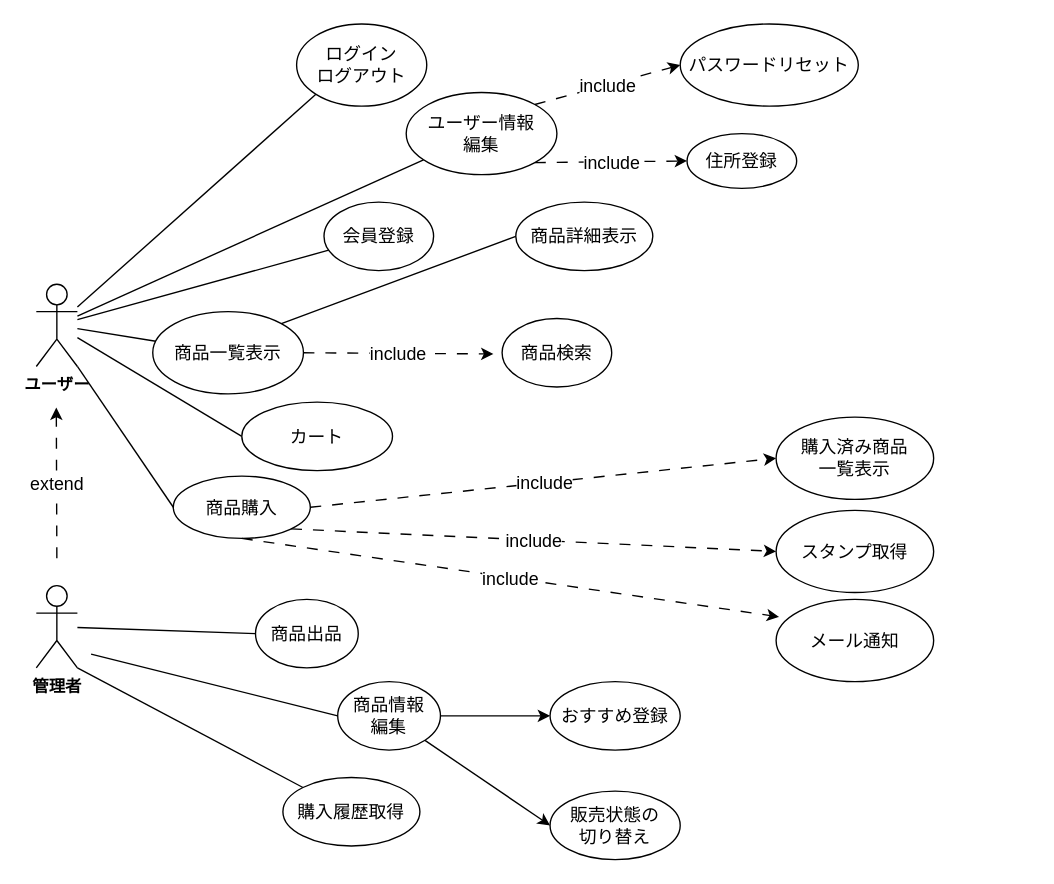
Before: src/php/public/drawing/usecase.drawio in rpentry202301/Project.Espoir, a draw.io diagram. Source tidied: cells renumbered, new cells numbered last; positions are measured from the earlier drawing's top-left corner, leaving out a move shared by most shapes. Both pictures are drawn from the tidied source at 137%, with x=0, y=0 at pixel (36, 23).
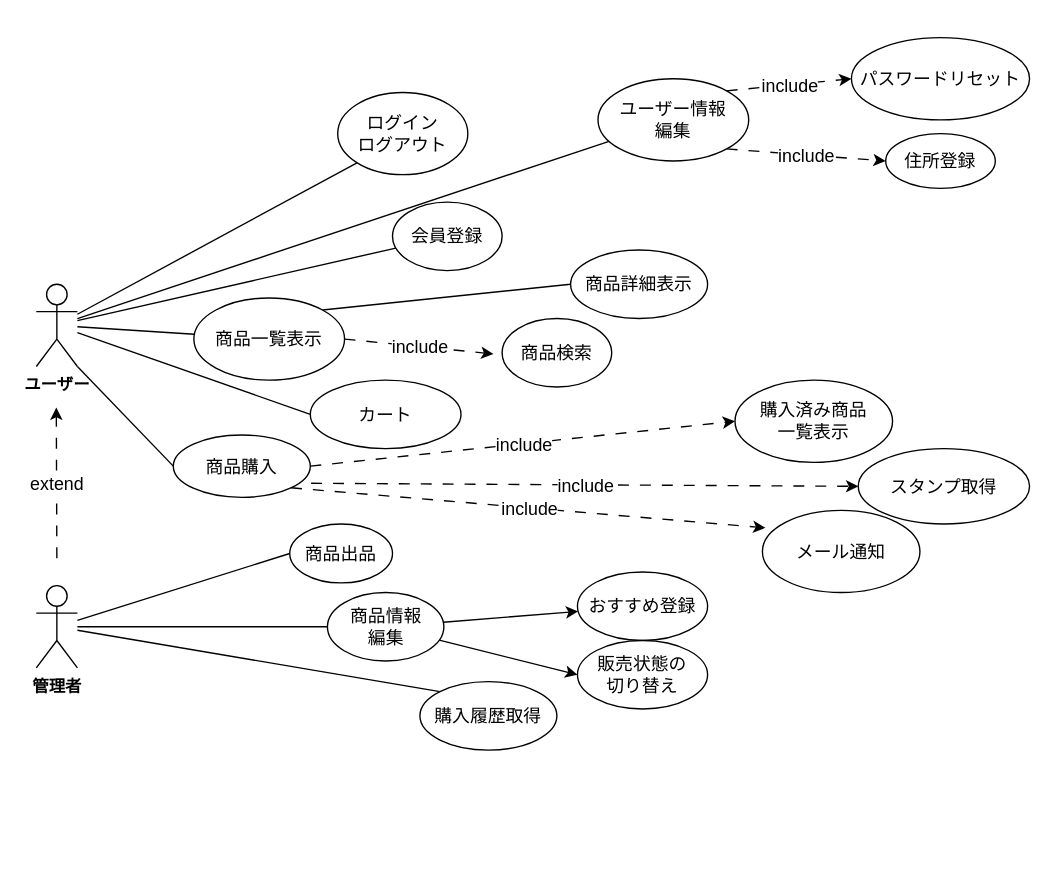
The same diagram, later.

The change refers to these unchanged cells:
```xml
<mxCell id="16" value="管理者" style="shape=umlActor;verticalLabelPosition=bottom;verticalAlign=top;html=1;outlineConnect=0;fontStyle=1;" parent="1" vertex="1">
  <mxGeometry y="410" width="30" height="60" as="geometry" />
</mxCell>
```

Diff of the diagram source:
```diff
@@
     <mxCell id="4" value="&lt;font style=&quot;font-size: 13px;&quot;&gt;会員登録&lt;/font&gt;" style="ellipse;whiteSpace=wrap;html=1;" parent="1" vertex="1">
-      <mxGeometry x="210" y="130" width="80" height="50" as="geometry" />
+      <mxGeometry x="260" y="130" width="80" height="50" as="geometry" />
     </mxCell>
@@
     <mxCell id="6" value="&lt;font style=&quot;font-size: 13px;&quot;&gt;商品一覧表示&lt;/font&gt;" style="ellipse;whiteSpace=wrap;html=1;" parent="1" vertex="1">
-      <mxGeometry x="85" y="210" width="110" height="60" as="geometry" />
+      <mxGeometry x="115" y="200" width="110" height="60" as="geometry" />
     </mxCell>
@@
     <mxCell id="9" value="&lt;font style=&quot;font-size: 13px;&quot;&gt;&lt;font style=&quot;font-size: 13px;&quot;&gt;ユーザー情報&lt;br&gt;編集&lt;/font&gt;&lt;/font&gt;" style="ellipse;whiteSpace=wrap;html=1;" parent="1" vertex="1">
-      <mxGeometry x="270" y="50" width="110" height="60" as="geometry" />
+      <mxGeometry x="410" y="40" width="110" height="60" as="geometry" />
     </mxCell>
@@
     <mxCell id="11" value="&lt;font style=&quot;font-size: 13px;&quot;&gt;ログイン&lt;br&gt;ログアウト&lt;br&gt;&lt;/font&gt;" style="ellipse;whiteSpace=wrap;html=1;" parent="1" vertex="1">
-      <mxGeometry x="190" width="95" height="60" as="geometry" />
+      <mxGeometry x="220" y="50" width="95" height="60" as="geometry" />
     </mxCell>
@@
     <mxCell id="13" value="商品出品" style="ellipse;whiteSpace=wrap;html=1;fontSize=13;" parent="1" vertex="1">
-      <mxGeometry x="160" y="420" width="75" height="50" as="geometry" />
+      <mxGeometry x="185" y="365" width="75" height="43" as="geometry" />
     </mxCell>
     <mxCell id="14" value="&lt;font style=&quot;font-size: 13px;&quot;&gt;購入済み商品&lt;br&gt;一覧表示&lt;/font&gt;" style="ellipse;whiteSpace=wrap;html=1;" parent="1" vertex="1">
-      <mxGeometry x="540" y="287" width="115" height="60" as="geometry" />
+      <mxGeometry x="510" y="260" width="115" height="60" as="geometry" />
     </mxCell>
     <mxCell id="15" value="&lt;font style=&quot;font-size: 13px;&quot;&gt;商品購入&lt;/font&gt;" style="ellipse;whiteSpace=wrap;html=1;" parent="1" vertex="1">
-      <mxGeometry x="100" y="330" width="100" height="45.5" as="geometry" />
+      <mxGeometry x="100" y="300" width="100" height="45.5" as="geometry" />
     </mxCell>
@@
     <mxCell id="25" value="商品情報&lt;br&gt;編集" style="ellipse;whiteSpace=wrap;html=1;fontSize=13;" parent="1" vertex="1">
-      <mxGeometry x="220" y="480" width="75" height="50" as="geometry" />
+      <mxGeometry x="212.5" y="415" width="85" height="50" as="geometry" />
     </mxCell>
-    <mxCell id="26" style="endArrow=none;html=1;fontSize=13;entryX=0;entryY=0.5;entryDx=0;entryDy=0;" parent="1" edge="1" target="25">
-      <mxGeometry relative="1" as="geometry">
-        <mxPoint x="40" y="460" as="sourcePoint" />
-      </mxGeometry>
+    <mxCell id="26" style="endArrow=none;html=1;fontSize=13;entryX=0;entryY=0.5;entryDx=0;entryDy=0;" parent="1" edge="1" source="16" target="25">
+      <mxGeometry relative="1" as="geometry" />
     </mxCell>
     <mxCell id="27" value="おすすめ登録" style="ellipse;whiteSpace=wrap;html=1;fontSize=13;" parent="1" vertex="1">
-      <mxGeometry x="375" y="480" width="95" height="50" as="geometry" />
+      <mxGeometry x="395" y="400" width="95" height="50" as="geometry" />
     </mxCell>
     <mxCell id="28" value="販売状態の&lt;br&gt;切り替え" style="ellipse;whiteSpace=wrap;html=1;fontSize=13;" parent="1" vertex="1">
-      <mxGeometry x="375" y="560" width="95" height="50" as="geometry" />
+      <mxGeometry x="395" y="450" width="95" height="50" as="geometry" />
     </mxCell>
@@
     <mxCell id="30" value="&lt;span style=&quot;font-size: 13px;&quot;&gt;スタンプ取得&lt;/span&gt;" style="ellipse;whiteSpace=wrap;html=1;" parent="1" vertex="1">
-      <mxGeometry x="540" y="355" width="115" height="60" as="geometry" />
+      <mxGeometry x="600" y="310" width="125" height="55" as="geometry" />
     </mxCell>
-    <mxCell id="31" style="endArrow=classic;html=1;dashed=1;dashPattern=8 8;fontSize=13;endFill=1;exitX=1;exitY=1;exitDx=0;exitDy=0;entryX=0;entryY=0.5;entryDx=0;entryDy=0;" parent="1" edge="1" source="15" target="30">
+    <mxCell id="31" style="endArrow=classic;html=1;dashed=1;dashPattern=8 8;fontSize=13;endFill=1;exitX=1.006;exitY=0.775;exitDx=0;exitDy=0;entryX=0;entryY=0.5;entryDx=0;entryDy=0;exitPerimeter=0;" parent="1" edge="1" source="15" target="30">
       <mxGeometry relative="1" as="geometry" />
     </mxCell>
@@
-    <mxCell id="33" style="endArrow=none;html=1;fontSize=13;exitX=1;exitY=1;exitDx=0;exitDy=0;exitPerimeter=0;entryX=0;entryY=0;entryDx=0;entryDy=0;" parent="1" edge="1" source="16" target="34">
+    <mxCell id="33" style="endArrow=none;html=1;fontSize=13;entryX=0;entryY=0;entryDx=0;entryDy=0;" parent="1" edge="1" source="16" target="34">
       <mxGeometry relative="1" as="geometry" />
     </mxCell>
     <mxCell id="34" value="購入履歴取得" style="ellipse;whiteSpace=wrap;html=1;fontSize=13;" parent="1" vertex="1">
-      <mxGeometry x="180" y="550" width="100" height="50" as="geometry" />
+      <mxGeometry x="280" y="480" width="100" height="50" as="geometry" />
     </mxCell>
     <mxCell id="35" value="&lt;span style=&quot;font-size: 13px;&quot;&gt;メール通知&lt;/span&gt;" style="ellipse;whiteSpace=wrap;html=1;" parent="1" vertex="1">
-      <mxGeometry x="540" y="420" width="115" height="60" as="geometry" />
+      <mxGeometry x="530" y="355" width="115" height="60" as="geometry" />
     </mxCell>
-    <mxCell id="36" style="endArrow=classic;html=1;dashed=1;dashPattern=8 8;fontSize=13;endFill=1;entryX=0.019;entryY=0.213;entryDx=0;entryDy=0;entryPerimeter=0;exitX=0.5;exitY=1;exitDx=0;exitDy=0;" parent="1" edge="1" source="15" target="35">
+    <mxCell id="36" style="endArrow=classic;html=1;dashed=1;dashPattern=8 8;fontSize=13;endFill=1;entryX=0.019;entryY=0.213;entryDx=0;entryDy=0;entryPerimeter=0;exitX=1;exitY=1;exitDx=0;exitDy=0;" parent="1" edge="1" source="15" target="35">
       <mxGeometry relative="1" as="geometry" />
     </mxCell>
@@
     <mxCell id="38" value="&lt;font style=&quot;font-size: 13px;&quot;&gt;商品詳細表示&lt;/font&gt;" style="ellipse;whiteSpace=wrap;html=1;" parent="1" vertex="1">
-      <mxGeometry x="350" y="130" width="100" height="50" as="geometry" />
+      <mxGeometry x="390" y="165" width="100" height="50" as="geometry" />
     </mxCell>
@@
     <mxCell id="40" value="&lt;span style=&quot;font-size: 13px;&quot;&gt;パスワードリセット&lt;/span&gt;" style="ellipse;whiteSpace=wrap;html=1;" parent="1" vertex="1">
-      <mxGeometry x="470" width="130" height="60" as="geometry" />
+      <mxGeometry x="595" y="10" width="130" height="60" as="geometry" />
     </mxCell>
@@
     <mxCell id="43" value="&lt;span style=&quot;font-size: 13px;&quot;&gt;住所登録&lt;/span&gt;" style="ellipse;whiteSpace=wrap;html=1;" parent="1" vertex="1">
-      <mxGeometry x="475" y="80" width="80" height="40" as="geometry" />
+      <mxGeometry x="620" y="80" width="80" height="40" as="geometry" />
     </mxCell>
@@
     <mxCell id="46" value="&lt;font style=&quot;font-size: 13px;&quot;&gt;カート&lt;/font&gt;" style="ellipse;whiteSpace=wrap;html=1;" parent="1" vertex="1">
-      <mxGeometry x="150" y="276" width="110" height="50" as="geometry" />
+      <mxGeometry x="200" y="260" width="110" height="50" as="geometry" />
     </mxCell>
```
